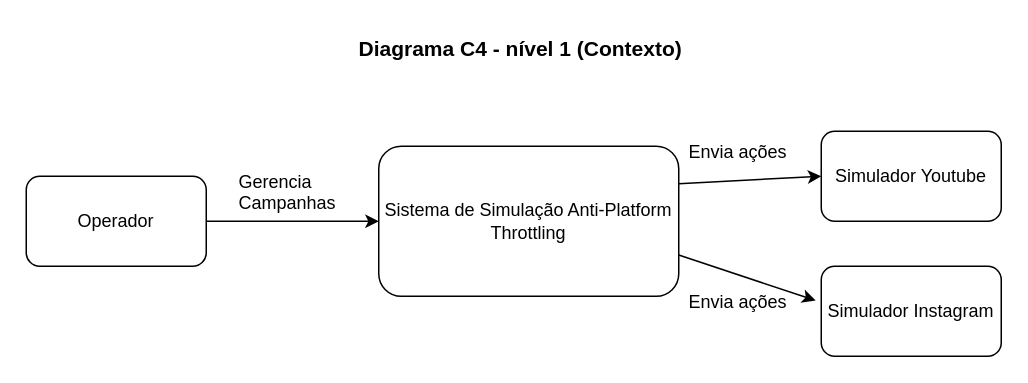
Before: docs/c4-level-1-context.drawio in eliane-silva/Projeto-ESD, a draw.io diagram. Source tidied: cells renumbered, new cells numbered last; positions are measured from the earlier drawing's top-left corner, leaving out a move shared by most shapes. Both pictures are drawn from the tidied source at 150%, with x=0, y=0 at pixel (26, 26).
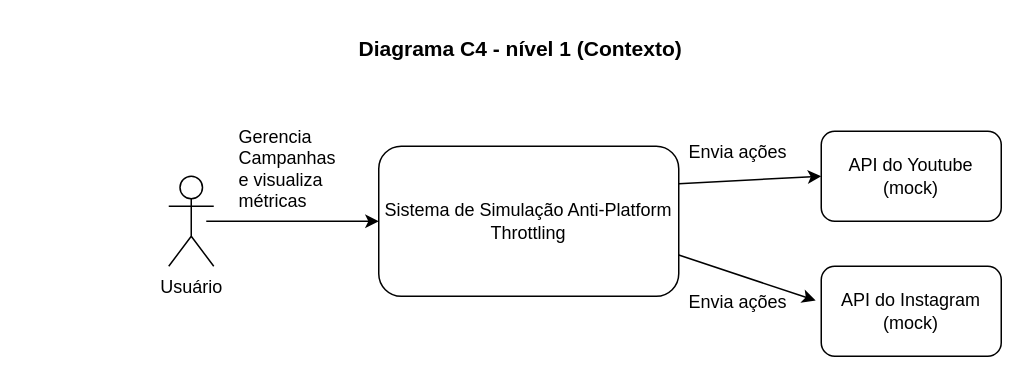
The same page after the edit.

Commit message (it also covers changes not shown here):
update diagramas C4 versão final drawio

Diff of the diagram source:
```diff
@@
 <mxGraphModel>
   <root>
     <mxCell id="0" />
     <mxCell id="1" parent="0" />
     <mxCell id="2" value="&lt;span class=&quot;a_GcMg font-feature-liga-off font-feature-clig-off font-feature-calt-off text-decoration-none text-strikethrough-none&quot; style=&quot;caret-color: rgb(0, 0, 0); --Ys-XuQ: none; font-style: normal; font-kerning: normal;&quot;&gt;&lt;b&gt;&lt;font style=&quot;font-size: 14px;&quot;&gt;Diagrama C4 - nível 1 (Contexto)&lt;/font&gt;&lt;/b&gt;&lt;/span&gt;" style="text;whiteSpace=wrap;html=1;fontColor=light-dark(#000000,#FFFFFF);" parent="1" vertex="1">
       <mxGeometry x="220" width="230" height="40" as="geometry" />
     </mxCell>
-    <mxCell id="3" value="Operador" style="rounded=1;whiteSpace=wrap;html=1;" parent="1" vertex="1">
-      <mxGeometry y="100" width="120" height="60" as="geometry" />
-    </mxCell>
     <mxCell id="4" value="Sistema de Simulação Anti-Platform Throttling" style="rounded=1;whiteSpace=wrap;html=1;" parent="1" vertex="1">
       <mxGeometry x="235" y="80" width="200" height="100" as="geometry" />
     </mxCell>
-    <mxCell id="5" value="Simulador Youtube" style="rounded=1;whiteSpace=wrap;html=1;" parent="1" vertex="1">
+    <mxCell id="5" value="API do Youtube (mock)" style="rounded=1;whiteSpace=wrap;html=1;" parent="1" vertex="1">
       <mxGeometry x="530" y="70" width="120" height="60" as="geometry" />
     </mxCell>
-    <mxCell id="6" value="Simulador Instagram" style="rounded=1;whiteSpace=wrap;html=1;" parent="1" vertex="1">
+    <mxCell id="6" value="API do Instagram (mock)" style="rounded=1;whiteSpace=wrap;html=1;" parent="1" vertex="1">
       <mxGeometry x="530" y="160" width="120" height="60" as="geometry" />
     </mxCell>
     <mxCell id="7" style="endArrow=classic;html=1;rounded=0;entryX=0;entryY=0.5;entryDx=0;entryDy=0;exitX=1;exitY=0.25;exitDx=0;exitDy=0;" parent="1" edge="1" source="4" target="5">
       <mxGeometry relative="1" as="geometry" />
     </mxCell>
     <mxCell id="8" style="endArrow=classic;html=1;rounded=0;entryX=-0.031;entryY=0.381;entryDx=0;entryDy=0;exitX=1;exitY=0.25;exitDx=0;exitDy=0;entryPerimeter=0;" parent="1" edge="1" target="6">
       <mxGeometry relative="1" as="geometry">
         <mxPoint x="435" y="152.5" as="sourcePoint" />
       </mxGeometry>
     </mxCell>
-    <mxCell id="9" style="endArrow=classic;html=1;rounded=0;exitX=1;exitY=0.5;exitDx=0;exitDy=0;entryX=0;entryY=0.5;entryDx=0;entryDy=0;" parent="1" edge="1" source="3" target="4">
-      <mxGeometry relative="1" as="geometry" />
+    <mxCell id="9" style="endArrow=classic;html=1;rounded=0;exitX=1;exitY=0.5;exitDx=0;exitDy=0;entryX=0;entryY=0.5;entryDx=0;entryDy=0;" parent="1" edge="1" target="4">
+      <mxGeometry relative="1" as="geometry">
+        <mxPoint x="120" y="130" as="sourcePoint" />
+      </mxGeometry>
     </mxCell>
-    <mxCell id="10" value="&lt;span class=&quot;a_GcMg font-feature-liga-off font-feature-clig-off font-feature-calt-off text-decoration-none text-strikethrough-none&quot; style=&quot;caret-color: rgb(0, 0, 0); --Ys-XuQ: none; font-weight: 400; font-style: normal; font-kerning: normal;&quot;&gt;Gerencia Campanhas&lt;/span&gt;" style="text;whiteSpace=wrap;html=1;fontColor=light-dark(#000000,#FFFFFF);" parent="1" vertex="1">
-      <mxGeometry x="140" y="90" width="40" height="40" as="geometry" />
+    <mxCell id="10" value="&lt;span class=&quot;a_GcMg font-feature-liga-off font-feature-clig-off font-feature-calt-off text-decoration-none text-strikethrough-none&quot; style=&quot;caret-color: rgb(0, 0, 0); --Ys-XuQ: none; font-weight: 400; font-style: normal; font-kerning: normal;&quot;&gt;Gerencia Campanhas e visualiza métricas&lt;/span&gt;" style="text;whiteSpace=wrap;html=1;fontColor=light-dark(#000000,#FFFFFF);" parent="1" vertex="1">
+      <mxGeometry x="140" y="60" width="40" height="40" as="geometry" />
     </mxCell>
     <mxCell id="11" value="&lt;span class=&quot;a_GcMg font-feature-liga-off font-feature-clig-off font-feature-calt-off text-decoration-none text-strikethrough-none&quot; style=&quot;caret-color: rgb(0, 0, 0); --Ys-XuQ: none; font-weight: 400; font-style: normal; font-kerning: normal;&quot;&gt;Envia ações&lt;/span&gt;" style="text;whiteSpace=wrap;html=1;fontColor=light-dark(#000000,#FFFFFF);" parent="1" vertex="1">
       <mxGeometry x="440" y="70" width="70" height="40" as="geometry" />
     </mxCell>
     <mxCell id="12" value="&lt;span class=&quot;a_GcMg font-feature-liga-off font-feature-clig-off font-feature-calt-off text-decoration-none text-strikethrough-none&quot; style=&quot;caret-color: rgb(0, 0, 0); --Ys-XuQ: none; font-weight: 400; font-style: normal; font-kerning: normal;&quot;&gt;Envia ações&lt;/span&gt;" style="text;whiteSpace=wrap;html=1;fontColor=light-dark(#000000,#FFFFFF);" parent="1" vertex="1">
       <mxGeometry x="440" y="170" width="70" height="40" as="geometry" />
     </mxCell>
+    <mxCell id="13" value="Usuário" style="shape=umlActor;verticalLabelPosition=bottom;verticalAlign=top;html=1;" parent="1" vertex="1">
+      <mxGeometry x="95" y="100" width="30" height="60" as="geometry" />
+    </mxCell>
   </root>
 </mxGraphModel>
```
